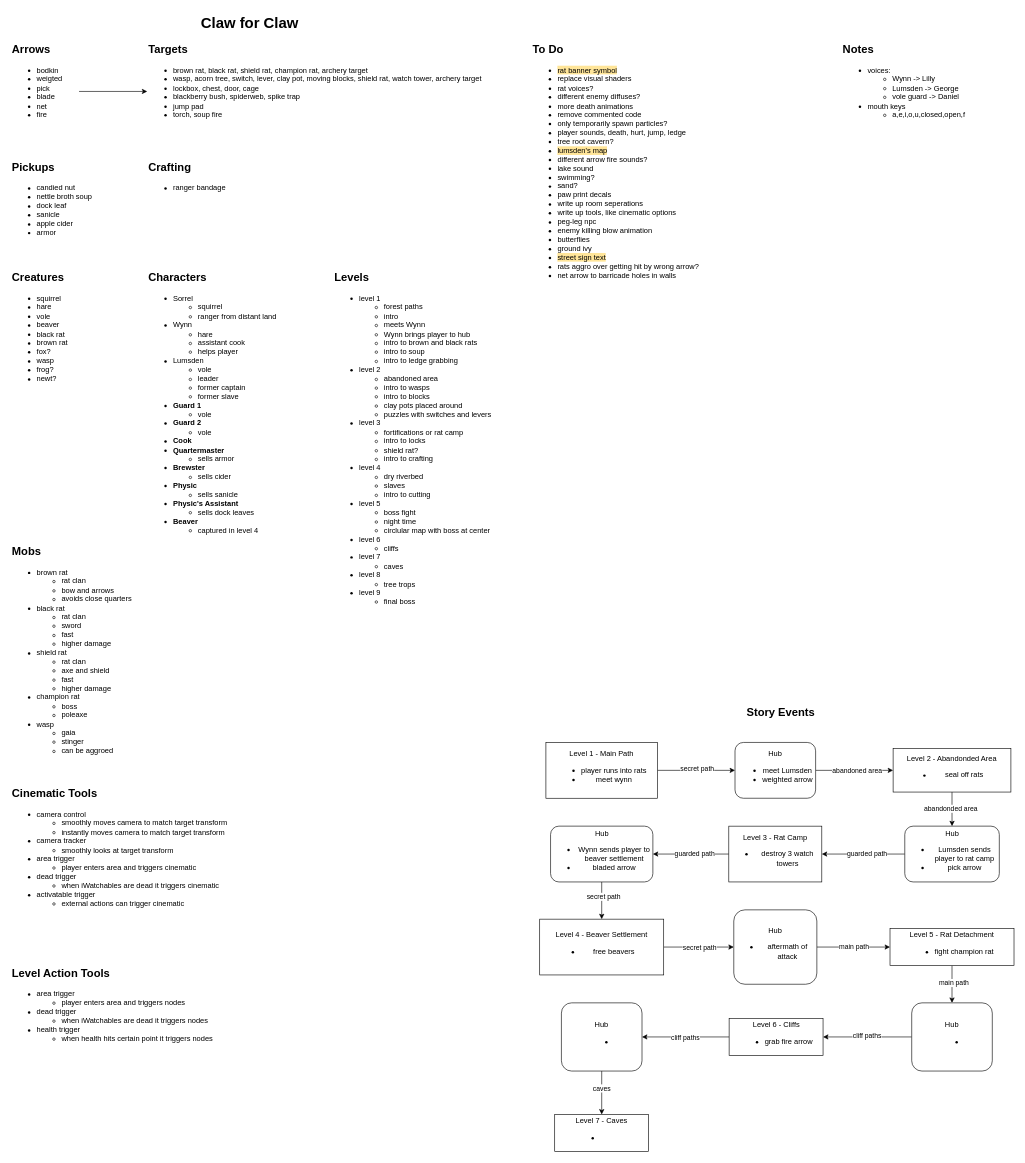
Earlier version of the draw.io diagram Planning/design-doc.drawio (camerondedore/Godot-Project-3). Source tidied: cells renumbered, new cells numbered last; positions are measured from the earlier drawing's top-left corner, leaving out a move shared by most shapes. Both pictures are drawn from the tidied source at 62%, with x=0, y=0 at pixel (11, 11).
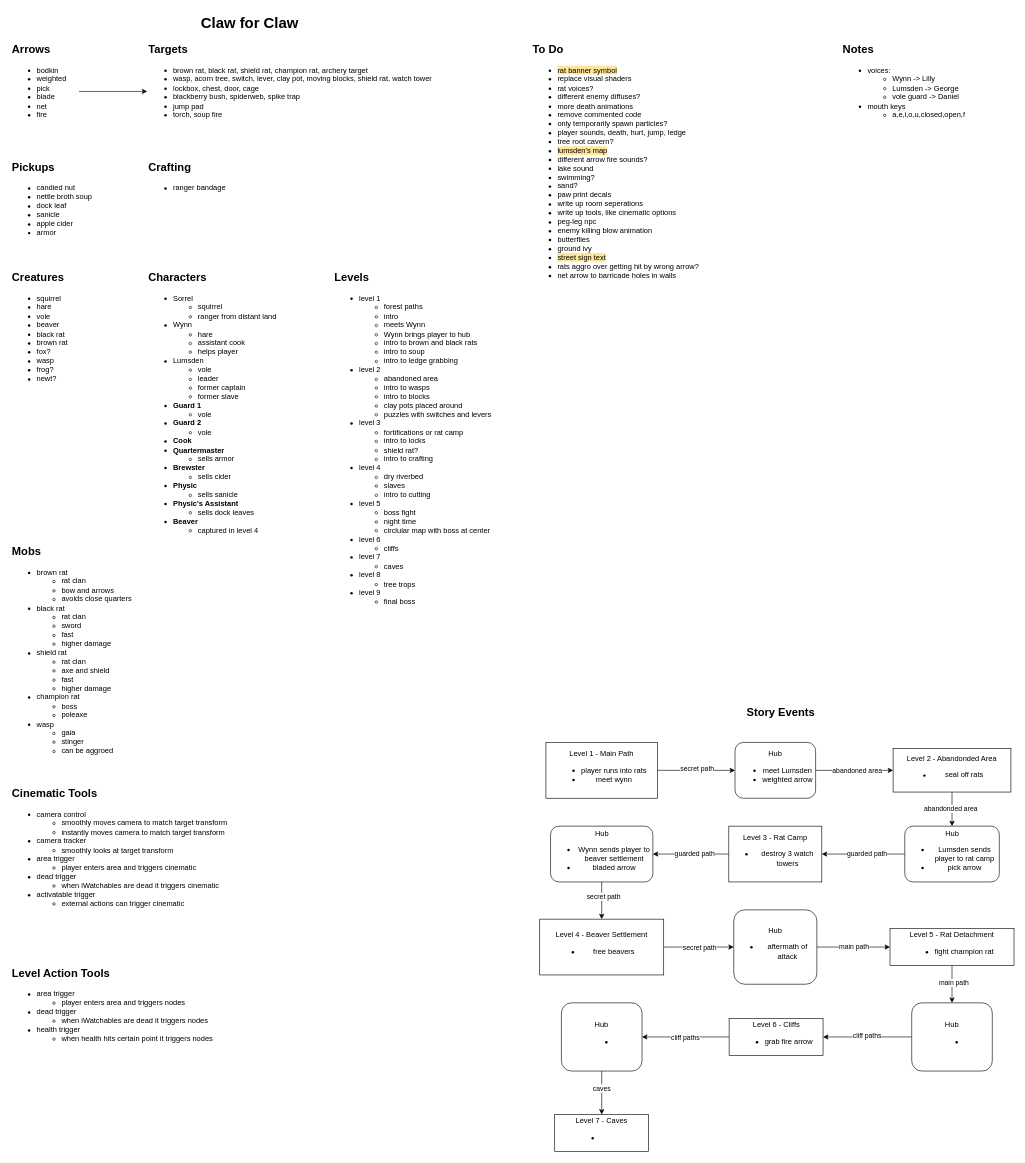
The same diagram, later.

Diff of the diagram source:
```diff
@@
-    <mxCell id="4" value="&lt;ul&gt;&lt;li&gt;bodkin&lt;/li&gt;&lt;li&gt;weigted&lt;/li&gt;&lt;li&gt;pick&lt;/li&gt;&lt;li&gt;blade&lt;/li&gt;&lt;li&gt;net&lt;/li&gt;&lt;li&gt;fire&lt;/li&gt;&lt;/ul&gt;" style="text;html=1;align=left;verticalAlign=top;whiteSpace=wrap;rounded=0;" parent="1" vertex="1">
+    <mxCell id="4" value="&lt;ul&gt;&lt;li&gt;bodkin&lt;/li&gt;&lt;li&gt;weighted&lt;/li&gt;&lt;li&gt;pick&lt;/li&gt;&lt;li&gt;blade&lt;/li&gt;&lt;li&gt;net&lt;/li&gt;&lt;li&gt;fire&lt;/li&gt;&lt;/ul&gt;" style="text;html=1;align=left;verticalAlign=top;whiteSpace=wrap;rounded=0;" parent="1" vertex="1">
       <mxGeometry y="70" width="110" height="120" as="geometry" />
     </mxCell>
@@
-    <mxCell id="7" value="&lt;ul&gt;&lt;li&gt;brown rat, black rat, shield rat, champion rat, archery target&lt;/li&gt;&lt;li&gt;wasp, acorn tree, switch, lever, clay pot, moving blocks, shield rat, watch tower, archery target&lt;/li&gt;&lt;li&gt;lockbox, chest, door, cage&lt;/li&gt;&lt;li&gt;blackberry bush, spiderweb, spike trap&lt;/li&gt;&lt;li&gt;jump pad&lt;/li&gt;&lt;li&gt;torch, soup fire&lt;/li&gt;&lt;/ul&gt;" style="text;html=1;align=left;verticalAlign=top;whiteSpace=wrap;rounded=0;" parent="1" vertex="1">
+    <mxCell id="7" value="&lt;ul&gt;&lt;li&gt;brown rat, black rat, shield rat, champion rat, archery target&lt;/li&gt;&lt;li&gt;wasp, acorn tree, switch, lever, clay pot, moving blocks, shield rat, watch tower&lt;/li&gt;&lt;li&gt;lockbox, chest, door, cage&lt;/li&gt;&lt;li&gt;blackberry bush, spiderweb, spike trap&lt;/li&gt;&lt;li&gt;jump pad&lt;/li&gt;&lt;li&gt;torch, soup fire&lt;/li&gt;&lt;/ul&gt;" style="text;html=1;align=left;verticalAlign=top;whiteSpace=wrap;rounded=0;" parent="1" vertex="1">
       <mxGeometry x="220" y="70" width="570" height="120" as="geometry" />
     </mxCell>
```
